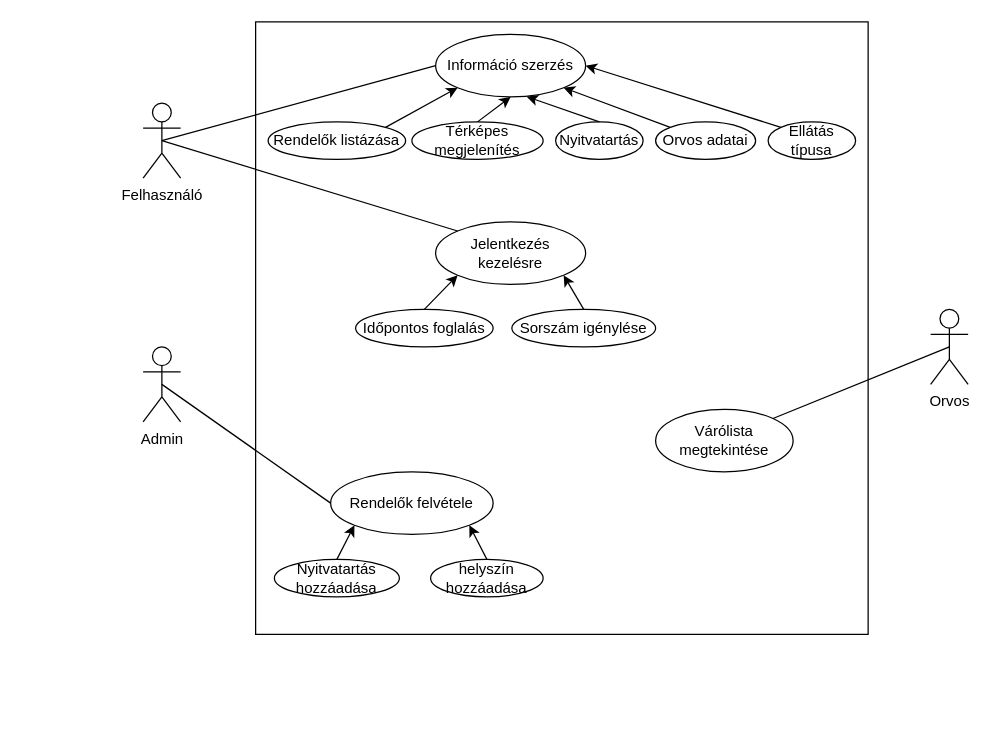
Above: doksik/Magánrendelő use-case.drawio in Dominik727/Amaganrendelok (draw.io), before the change. Source tidied: cells renumbered, new cells numbered last; positions are measured from the earlier drawing's top-left corner, leaving out a move shared by most shapes. Both pictures are drawn from the tidied source at 125%, with x=0, y=0 at pixel (142, 21).
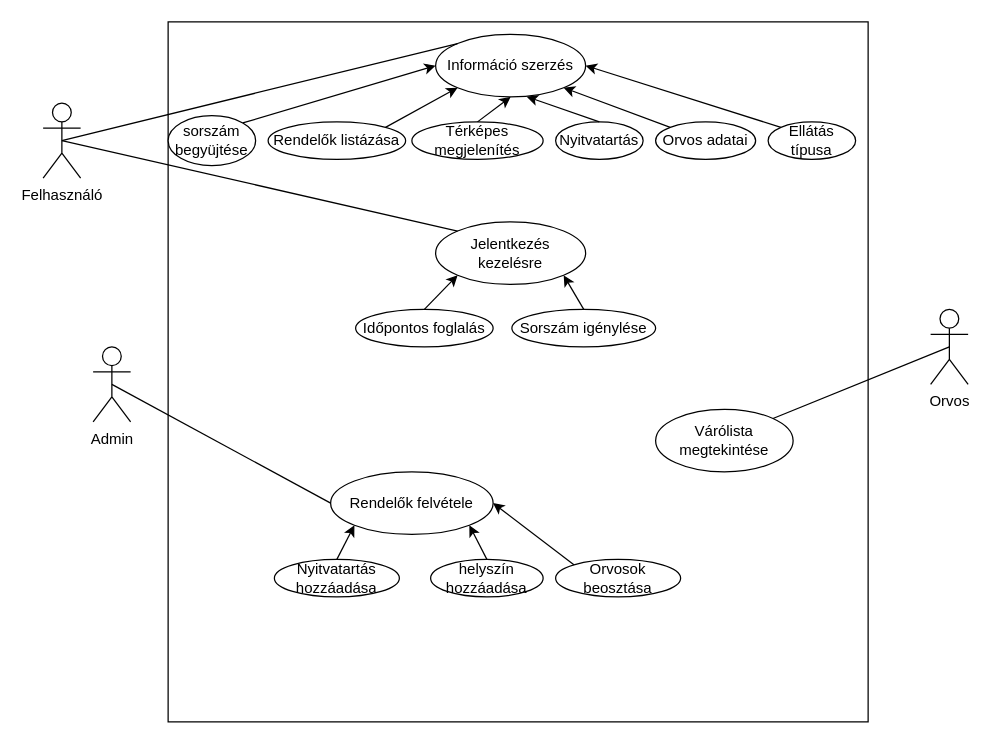
The same page after the edit.

The change refers to these unchanged cells:
```xml
<mxCell id="5" value="Rendelők felvétele" style="ellipse;whiteSpace=wrap;html=1;" parent="1" vertex="1">
  <mxGeometry x="150" y="360" width="130" height="50" as="geometry" />
</mxCell>
<mxCell id="9" value="Információ szerzés" style="ellipse;whiteSpace=wrap;html=1;" parent="1" vertex="1">
  <mxGeometry x="234" y="10" width="120" height="50" as="geometry" />
</mxCell>
```

Change to the diagram source:
```diff
@@
     <mxCell id="2" style="whiteSpace=wrap;html=1;" parent="1" vertex="1">
-      <mxGeometry x="90" width="490" height="490" as="geometry" />
+      <mxGeometry x="20" width="560" height="560" as="geometry" />
     </mxCell>
     <mxCell id="3" value="Admin" style="shape=umlActor;verticalLabelPosition=bottom;labelBackgroundColor=#ffffff;verticalAlign=top;html=1;outlineConnect=0;" parent="1" vertex="1">
-      <mxGeometry y="260" width="30" height="60" as="geometry" />
+      <mxGeometry x="-40" y="260" width="30" height="60" as="geometry" />
     </mxCell>
     <mxCell id="4" value="Felhasználó" style="shape=umlActor;verticalLabelPosition=bottom;labelBackgroundColor=#ffffff;verticalAlign=top;html=1;outlineConnect=0;" parent="1" vertex="1">
-      <mxGeometry y="65" width="30" height="60" as="geometry" />
+      <mxGeometry x="-80" y="65" width="30" height="60" as="geometry" />
     </mxCell>
@@
-    <mxCell id="19" style="endArrow=none;html=1;exitX=0.5;exitY=0.5;exitDx=0;exitDy=0;exitPerimeter=0;entryX=0;entryY=0.5;entryDx=0;entryDy=0;" parent="1" edge="1" source="4" target="9">
+    <mxCell id="19" style="endArrow=none;html=1;exitX=0.5;exitY=0.5;exitDx=0;exitDy=0;exitPerimeter=0;entryX=0;entryY=0;entryDx=0;entryDy=0;" parent="1" edge="1" source="4" target="9">
       <mxGeometry relative="1" as="geometry" />
     </mxCell>
@@
+    <mxCell id="32" value="Orvosok beosztása" style="ellipse;whiteSpace=wrap;html=1;" parent="1" vertex="1">
+      <mxGeometry x="330" y="430" width="100" height="30" as="geometry" />
+    </mxCell>
+    <mxCell id="33" style="endArrow=classic;html=1;exitX=0;exitY=0;exitDx=0;exitDy=0;entryX=1;entryY=0.5;entryDx=0;entryDy=0;" parent="1" edge="1" source="32" target="5">
+      <mxGeometry relative="1" as="geometry" />
+    </mxCell>
+    <mxCell id="34" value="sorszám begyüjtése" style="ellipse;whiteSpace=wrap;html=1;" parent="1" vertex="1">
+      <mxGeometry x="20" y="75" width="70" height="40" as="geometry" />
+    </mxCell>
+    <mxCell id="35" style="endArrow=classic;html=1;exitX=1;exitY=0;exitDx=0;exitDy=0;entryX=0;entryY=0.5;entryDx=0;entryDy=0;" parent="1" edge="1" source="34" target="9">
+      <mxGeometry relative="1" as="geometry" />
+    </mxCell>
```
